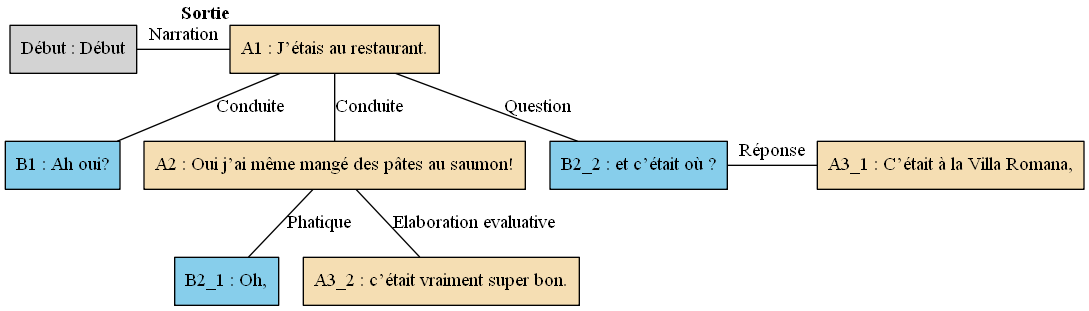
This is arbres/Bac_a_sable/Bac_a_sable_-_C10.gv.png from AlaixComet/AnnotationSlamPTut, a Graphviz export, as it was before one commit. Its source is kept beside it as arbres/Bac_a_sable/Bac_a_sable_-_C10.gv.
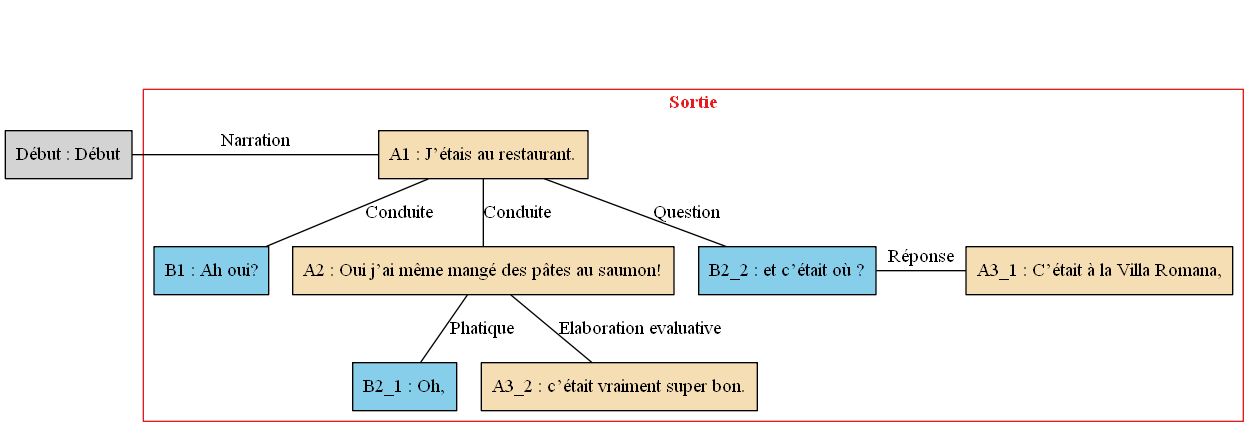
The same diagram one commit later.

What changed in the source:
```diff
@@ -1,28 +1,36 @@
 digraph C10 {
 	node [shape=box style=filled]
-	"Début" [label="Début : Début" xlabel=""]
-	A1 [label="A1 : J’étais au restaurant." fillcolor=wheat xlabel=<<B>Sortie</B>>]
-	B1 [label="B1 : Ah oui?" fillcolor=skyblue xlabel=""]
-	A2 [label="A2 : Oui j’ai même mangé des pâtes au saumon!" fillcolor=wheat xlabel=""]
-	B2_1 [label="B2_1 : Oh," fillcolor=skyblue xlabel=""]
-	B2_2 [label="B2_2 : et c’était où ?" fillcolor=skyblue xlabel=""]
-	A3_1 [label="A3_1 : C’était à la Villa Romana," fillcolor=wheat xlabel=""]
-	A3_2 [label="A3_2 : c’était vraiment super bon." fillcolor=wheat xlabel=""]
-	{
-		rank=same
-		"Début"
+	newrank=true
+	zero [style=invis]
+	"Début" [label="Début : Début"]
+	A1 [label="A1 : J’étais au restaurant." fillcolor=wheat]
+	B1 [label="B1 : Ah oui?" fillcolor=skyblue]
+	A2 [label="A2 : Oui j’ai même mangé des pâtes au saumon!" fillcolor=wheat]
+	B2_1 [label="B2_1 : Oh," fillcolor=skyblue]
+	B2_2 [label="B2_2 : et c’était où ?" fillcolor=skyblue]
+	A3_1 [label="A3_1 : C’était à la Villa Romana," fillcolor=wheat]
+	A3_2 [label="A3_2 : c’était vraiment super bon." fillcolor=wheat]
+	zero -> "Début" [label="" style=invis]
+	zero -> A1 [style=invis weight=1]
+	"Début" -> A1 [label=Narration constraint=false dir=none]
+	A1 -> B1 [label=Conduite dir=none weight=2]
+	A1 -> A2 [label=Conduite dir=none weight=2]
+	A2 -> B2_1 [label=Phatique dir=none weight=2]
+	A1 -> B2_2 [label=Question dir=none weight=2]
+	A1 -> A3_1 [style=invis weight=1]
+	B2_2 -> A3_1 [label="Réponse" constraint=false dir=none]
+	A2 -> A3_2 [label="Elaboration evaluative" dir=none weight=2]
+	subgraph cluster_1 {
+		label=<<B>Sortie</B>>
+		colorscheme=set19
+		color=1
+		fontcolor=1
 		A1
-		"Début" -> A1 [label=Narration dir=none]
-	}
-	A1 -> B1 [label=Conduite dir=none]
-	A1 -> A2 [label=Conduite dir=none]
-	A2 -> B2_1 [label=Phatique dir=none]
-	A1 -> B2_2 [label=Question dir=none]
-	{
-		rank=same
+		B1
+		A2
+		B2_1
 		B2_2
 		A3_1
-		B2_2 -> A3_1 [label="Réponse" dir=none]
+		A3_2
 	}
-	A2 -> A3_2 [label="Elaboration evaluative" dir=none]
 }
```
